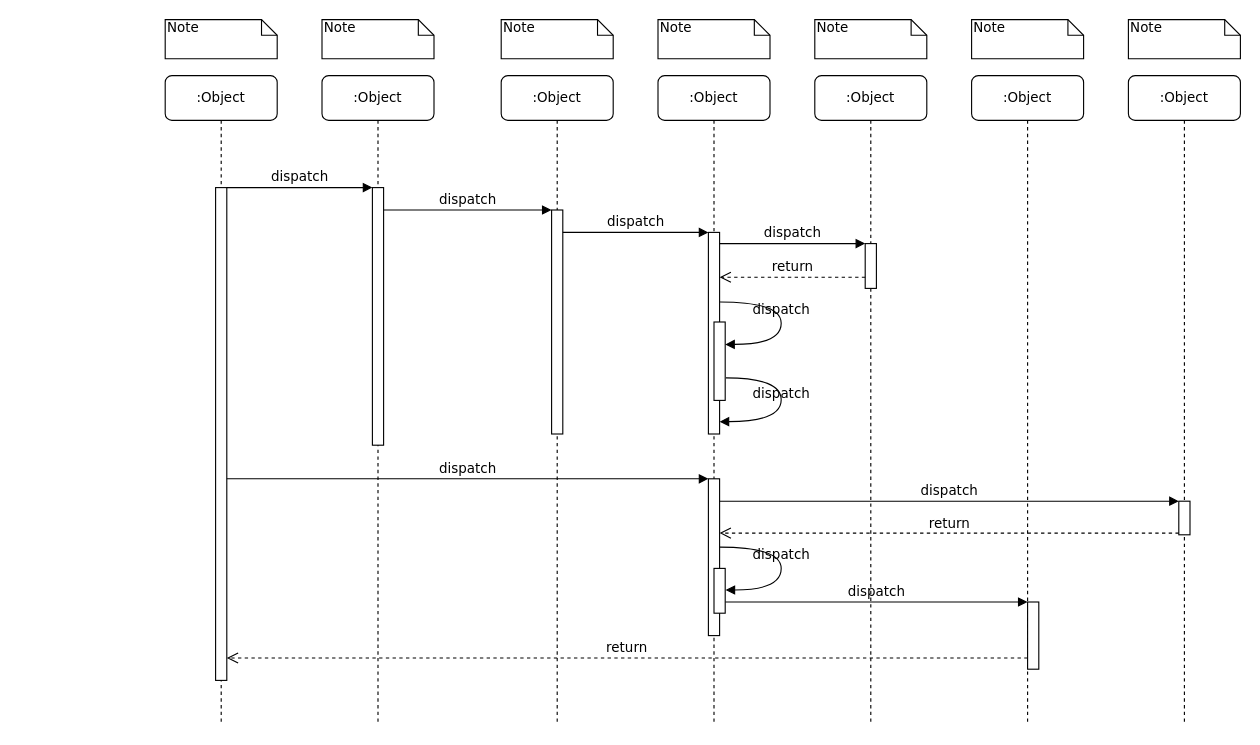
Before: Диаграмма без названия.drawio in baldalerie/-, a draw.io diagram. Source tidied: cells renumbered, new cells numbered last; positions are measured from the earlier drawing's top-left corner, leaving out a move shared by most shapes. Both pictures are drawn from the tidied source at 112%, with x=0, y=0 at pixel (165, 19).
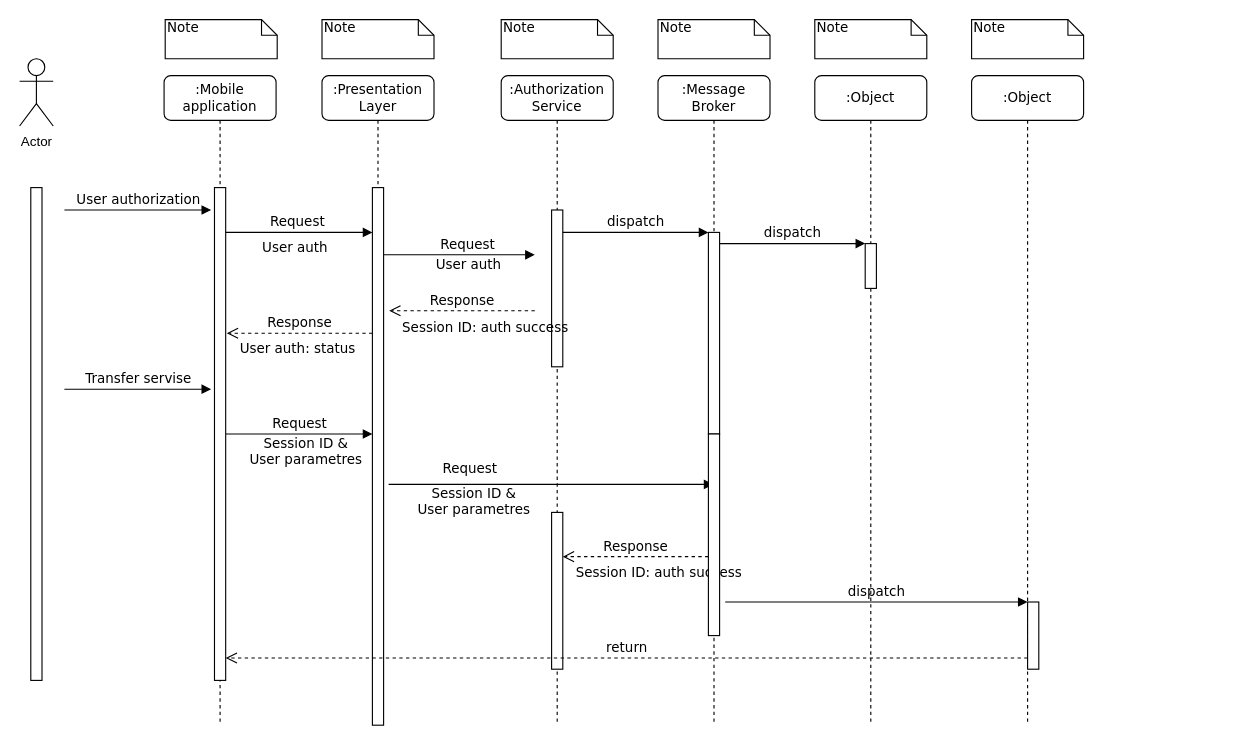
The same diagram, later.

Unchanged cells that the change refers to:
```xml
<mxCell id="11" style="html=1;points=[];perimeter=orthogonalPerimeter;rounded=0;shadow=0;comic=0;labelBackgroundColor=none;strokeWidth=1;fontFamily=Verdana;fontSize=12;align=center;" parent="10" vertex="1">
  <mxGeometry x="45" y="100" width="10" height="440" as="geometry" />
</mxCell>
<mxCell id="12" style="html=1;points=[];perimeter=orthogonalPerimeter;rounded=0;shadow=0;comic=0;labelBackgroundColor=none;strokeWidth=1;fontFamily=Verdana;fontSize=12;align=center;" parent="1" vertex="1">
  <mxGeometry x="485" y="190" width="10" height="180" as="geometry" />
</mxCell>
<mxCell id="14" style="html=1;points=[];perimeter=orthogonalPerimeter;rounded=0;shadow=0;comic=0;labelBackgroundColor=none;strokeWidth=1;fontFamily=Verdana;fontSize=12;align=center;" parent="1" vertex="1">
  <mxGeometry x="625" y="200" width="10" height="40" as="geometry" />
</mxCell>
<mxCell id="22" style="html=1;points=[];perimeter=orthogonalPerimeter;rounded=0;shadow=0;comic=0;labelBackgroundColor=none;strokeWidth=1;fontFamily=Verdana;fontSize=12;align=center;" parent="1" vertex="1">
  <mxGeometry x="770" y="520" width="10" height="60" as="geometry" />
</mxCell>
```

Change to the diagram source:
```diff
@@
-    <mxCell id="2" value=":Object" style="shape=umlLifeline;perimeter=lifelinePerimeter;whiteSpace=wrap;html=1;rounded=1;shadow=0;comic=0;labelBackgroundColor=none;strokeWidth=1;fontFamily=Verdana;fontSize=12;align=center;" parent="1" vertex="1">
+    <mxCell id="2" value=":Presentation Layer" style="shape=umlLifeline;perimeter=lifelinePerimeter;whiteSpace=wrap;html=1;rounded=1;shadow=0;comic=0;labelBackgroundColor=none;strokeWidth=1;fontFamily=Verdana;fontSize=12;align=center;" parent="1" vertex="1">
       <mxGeometry x="140" y="50" width="100" height="580" as="geometry" />
     </mxCell>
     <mxCell id="3" style="html=1;points=[];perimeter=orthogonalPerimeter;rounded=0;shadow=0;comic=0;labelBackgroundColor=none;strokeWidth=1;fontFamily=Verdana;fontSize=12;align=center;" parent="2" vertex="1">
-      <mxGeometry x="45" y="100" width="10" height="230" as="geometry" />
+      <mxGeometry x="45" y="100" width="10" height="480" as="geometry" />
     </mxCell>
+    <mxCell id="39" value="Request" style="html=1;verticalAlign=bottom;endArrow=block;labelBackgroundColor=none;fontFamily=Verdana;fontSize=12;edgeStyle=elbowEdgeStyle;elbow=vertical;" parent="2" edge="1">
+      <mxGeometry x="0.01" relative="1" as="geometry">
+        <mxPoint x="-90" y="140" as="sourcePoint" />
+        <mxPoint x="45" y="140" as="targetPoint" />
+      </mxGeometry>
+    </mxCell>
+    <mxCell id="40" value="Response" style="html=1;verticalAlign=bottom;endArrow=open;dashed=1;endSize=8;labelBackgroundColor=none;fontFamily=Verdana;fontSize=12;edgeStyle=elbowEdgeStyle;elbow=horizontal;" parent="2" edge="1">
+      <mxGeometry relative="1" as="geometry">
+        <mxPoint x="45" y="230" as="sourcePoint" />
+        <mxPoint x="-85" y="230" as="targetPoint" />
+        <Array as="points">
+          <mxPoint x="-10" y="230" />
+          <mxPoint x="20" y="230" />
+        </Array>
+      </mxGeometry>
+    </mxCell>
+    <mxCell id="41" value="&lt;div style=&quot;text-align: center;&quot;&gt;&lt;font face=&quot;Verdana&quot;&gt;User auth:&amp;nbsp;status&lt;/font&gt;&lt;/div&gt;" style="text;whiteSpace=wrap;html=1;" parent="2" vertex="1">
+      <mxGeometry x="-75" y="230" width="110" height="30" as="geometry" />
+    </mxCell>
+    <mxCell id="42" value="Request" style="html=1;verticalAlign=bottom;endArrow=block;entryX=0;entryY=0;labelBackgroundColor=none;fontFamily=Verdana;fontSize=12;edgeStyle=elbowEdgeStyle;elbow=vertical;" parent="2" edge="1">
+      <mxGeometry x="0.01" relative="1" as="geometry">
+        <mxPoint x="-86" y="320" as="sourcePoint" />
+        <mxPoint x="45" y="320" as="targetPoint" />
+      </mxGeometry>
+    </mxCell>
-    <mxCell id="4" value=":Object" style="shape=umlLifeline;perimeter=lifelinePerimeter;whiteSpace=wrap;html=1;rounded=1;shadow=0;comic=0;labelBackgroundColor=none;strokeWidth=1;fontFamily=Verdana;fontSize=12;align=center;" parent="1" vertex="1">
+    <mxCell id="4" value=":Authorization Service" style="shape=umlLifeline;perimeter=lifelinePerimeter;whiteSpace=wrap;html=1;rounded=1;shadow=0;comic=0;labelBackgroundColor=none;strokeWidth=1;fontFamily=Verdana;fontSize=12;align=center;" parent="1" vertex="1">
       <mxGeometry x="300" y="50" width="100" height="580" as="geometry" />
     </mxCell>
     <mxCell id="5" style="html=1;points=[];perimeter=orthogonalPerimeter;rounded=0;shadow=0;comic=0;labelBackgroundColor=none;strokeWidth=1;fontFamily=Verdana;fontSize=12;align=center;" parent="4" vertex="1">
-      <mxGeometry x="45" y="120" width="10" height="200" as="geometry" />
+      <mxGeometry x="45" y="120" width="10" height="140" as="geometry" />
     </mxCell>
+    <mxCell id="16" value="Response" style="html=1;verticalAlign=bottom;endArrow=open;dashed=1;endSize=8;labelBackgroundColor=none;fontFamily=Verdana;fontSize=12;edgeStyle=elbowEdgeStyle;elbow=horizontal;" parent="4" edge="1">
+      <mxGeometry relative="1" as="geometry">
+        <mxPoint x="30" y="210" as="sourcePoint" />
+        <mxPoint x="-100" y="210" as="targetPoint" />
+        <Array as="points">
+          <mxPoint x="-25" y="210" />
+          <mxPoint x="5" y="210" />
+        </Array>
+      </mxGeometry>
+    </mxCell>
+    <mxCell id="43" value="&lt;div style=&quot;text-align: center;&quot;&gt;&lt;font face=&quot;Verdana&quot;&gt;&lt;span style=&quot;text-wrap: nowrap;&quot;&gt;Session ID: auth&amp;nbsp;&lt;/span&gt;success&lt;/font&gt;&lt;/div&gt;" style="text;whiteSpace=wrap;html=1;" parent="4" vertex="1">
+      <mxGeometry x="-90" y="210.5" width="110" height="40" as="geometry" />
+    </mxCell>
+    <mxCell id="44" value="Request" style="html=1;verticalAlign=bottom;endArrow=block;labelBackgroundColor=none;fontFamily=Verdana;fontSize=12;edgeStyle=elbowEdgeStyle;elbow=vertical;" parent="4" edge="1" target="6">
+      <mxGeometry x="-0.51" y="5" relative="1" as="geometry">
+        <mxPoint x="-100.5" y="365" as="sourcePoint" />
+        <mxPoint x="1" as="offset" />
+      </mxGeometry>
+    </mxCell>
+    <mxCell id="45" style="html=1;perimeter=orthogonalPerimeter;rounded=0;shadow=0;comic=0;labelBackgroundColor=none;strokeWidth=1;fontFamily=Verdana;fontSize=12;align=center;" parent="4" vertex="1">
+      <mxGeometry x="45" y="390" width="10" height="140" as="geometry" />
+    </mxCell>
-    <mxCell id="6" value=":Object" style="shape=umlLifeline;perimeter=lifelinePerimeter;whiteSpace=wrap;html=1;outlineConnect=0;rounded=1;shadow=0;comic=0;labelBackgroundColor=none;strokeWidth=1;fontFamily=Verdana;fontSize=12;align=center;" parent="1" vertex="1">
+    <mxCell id="6" value=":Message Broker" style="shape=umlLifeline;perimeter=lifelinePerimeter;whiteSpace=wrap;html=1;outlineConnect=0;rounded=1;shadow=0;comic=0;labelBackgroundColor=none;strokeWidth=1;fontFamily=Verdana;fontSize=12;align=center;" parent="1" vertex="1">
       <mxGeometry x="440" y="50" width="100" height="580" as="geometry" />
     </mxCell>
+    <mxCell id="46" value="Response" style="html=1;verticalAlign=bottom;endArrow=open;dashed=1;endSize=8;labelBackgroundColor=none;fontFamily=Verdana;fontSize=12;edgeStyle=elbowEdgeStyle;elbow=horizontal;" parent="6" edge="1">
+      <mxGeometry relative="1" as="geometry">
+        <mxPoint x="45" y="429.5" as="sourcePoint" />
+        <mxPoint x="-85" y="429.5" as="targetPoint" />
+        <Array as="points">
+          <mxPoint x="-10" y="429.5" />
+          <mxPoint x="20" y="429.5" />
+        </Array>
+      </mxGeometry>
+    </mxCell>
+    <mxCell id="47" value="&lt;div style=&quot;text-align: center;&quot;&gt;&lt;font face=&quot;Verdana&quot;&gt;&lt;span style=&quot;text-wrap: nowrap;&quot;&gt;Session ID: auth&amp;nbsp;&lt;/span&gt;success&lt;/font&gt;&lt;/div&gt;" style="text;whiteSpace=wrap;html=1;" parent="6" vertex="1">
+      <mxGeometry x="-75" y="430" width="110" height="40" as="geometry" />
+    </mxCell>
@@
-    <mxCell id="9" value=":Object" style="shape=umlLifeline;perimeter=lifelinePerimeter;whiteSpace=wrap;html=1;rounded=1;shadow=0;comic=0;labelBackgroundColor=none;strokeWidth=1;fontFamily=Verdana;fontSize=12;align=center;" parent="1" vertex="1">
-      <mxGeometry x="860" y="50" width="100" height="580" as="geometry" />
-    </mxCell>
-    <mxCell id="10" value=":Object" style="shape=umlLifeline;perimeter=lifelinePerimeter;whiteSpace=wrap;html=1;rounded=1;shadow=0;comic=0;labelBackgroundColor=none;strokeWidth=1;fontFamily=Verdana;fontSize=12;align=center;" parent="1" vertex="1">
-      <mxGeometry y="50" width="100" height="580" as="geometry" />
+    <mxCell id="10" value=":Mobile application" style="shape=umlLifeline;perimeter=lifelinePerimeter;whiteSpace=wrap;html=1;rounded=1;shadow=0;comic=0;labelBackgroundColor=none;strokeWidth=1;fontFamily=Verdana;fontSize=12;align=center;" parent="1" vertex="1">
+      <mxGeometry x="-1" y="50" width="100" height="580" as="geometry" />
     </mxCell>
@@
-    <mxCell id="16" value="return" style="html=1;verticalAlign=bottom;endArrow=open;dashed=1;endSize=8;labelBackgroundColor=none;fontFamily=Verdana;fontSize=12;edgeStyle=elbowEdgeStyle;elbow=vertical;" parent="1" edge="1" source="14" target="12">
-      <mxGeometry relative="1" as="geometry">
-        <Array as="points">
-          <mxPoint x="570" y="230" />
-          <mxPoint x="600" y="230" />
-        </Array>
-      </mxGeometry>
-    </mxCell>
     <mxCell id="17" style="html=1;points=[];perimeter=orthogonalPerimeter;rounded=0;shadow=0;comic=0;labelBackgroundColor=none;strokeWidth=1;fontFamily=Verdana;fontSize=12;align=center;" parent="1" vertex="1">
-      <mxGeometry x="485" y="410" width="10" height="140" as="geometry" />
+      <mxGeometry x="485" y="370" width="10" height="180" as="geometry" />
     </mxCell>
-    <mxCell id="18" value="dispatch" style="html=1;verticalAlign=bottom;endArrow=block;entryX=0;entryY=0;labelBackgroundColor=none;fontFamily=Verdana;fontSize=12;" parent="1" edge="1" source="11" target="17">
-      <mxGeometry relative="1" as="geometry" />
-    </mxCell>
-    <mxCell id="19" style="html=1;points=[];perimeter=orthogonalPerimeter;rounded=0;shadow=0;comic=0;labelBackgroundColor=none;strokeColor=#000000;strokeWidth=1;fillColor=#FFFFFF;fontFamily=Verdana;fontSize=12;fontColor=#000000;align=center;" parent="1" vertex="1">
-      <mxGeometry x="905" y="430" width="10" height="30" as="geometry" />
-    </mxCell>
-    <mxCell id="20" value="dispatch" style="html=1;verticalAlign=bottom;endArrow=block;entryX=0;entryY=0;labelBackgroundColor=none;fontFamily=Verdana;fontSize=12;" parent="1" edge="1" source="17" target="19">
-      <mxGeometry relative="1" as="geometry" />
-    </mxCell>
-    <mxCell id="21" value="return" style="html=1;verticalAlign=bottom;endArrow=open;dashed=1;endSize=8;exitX=0;exitY=0.95;labelBackgroundColor=none;fontFamily=Verdana;fontSize=12;" parent="1" edge="1" source="19" target="17">
-      <mxGeometry relative="1" as="geometry" />
-    </mxCell>
@@
-    <mxCell id="23" value="dispatch" style="html=1;verticalAlign=bottom;endArrow=block;entryX=0;entryY=0;labelBackgroundColor=none;fontFamily=Verdana;fontSize=12;edgeStyle=elbowEdgeStyle;elbow=vertical;" parent="1" edge="1" source="30" target="22">
-      <mxGeometry relative="1" as="geometry" />
+    <mxCell id="23" value="dispatch" style="html=1;verticalAlign=bottom;endArrow=block;entryX=0;entryY=0;labelBackgroundColor=none;fontFamily=Verdana;fontSize=12;edgeStyle=elbowEdgeStyle;elbow=vertical;" parent="1" edge="1" target="22">
+      <mxGeometry relative="1" as="geometry">
+        <mxPoint x="500" y="520" as="sourcePoint" />
+      </mxGeometry>
     </mxCell>
@@
-    <mxCell id="25" value="dispatch" style="html=1;verticalAlign=bottom;endArrow=block;entryX=0;entryY=0;labelBackgroundColor=none;fontFamily=Verdana;fontSize=12;edgeStyle=elbowEdgeStyle;elbow=vertical;" parent="1" edge="1" source="11" target="3">
-      <mxGeometry relative="1" as="geometry" />
-    </mxCell>
-    <mxCell id="26" value="dispatch" style="html=1;verticalAlign=bottom;endArrow=block;entryX=0;entryY=0;labelBackgroundColor=none;fontFamily=Verdana;fontSize=12;edgeStyle=elbowEdgeStyle;elbow=vertical;" parent="1" edge="1" source="3" target="5">
-      <mxGeometry relative="1" as="geometry" />
+    <mxCell id="26" value="Request" style="html=1;verticalAlign=bottom;endArrow=block;labelBackgroundColor=none;fontFamily=Verdana;fontSize=12;edgeStyle=elbowEdgeStyle;elbow=vertical;" parent="1" edge="1">
+      <mxGeometry x="0.11" relative="1" as="geometry">
+        <mxPoint x="195" y="210" as="sourcePoint" />
+        <mxPoint x="330" y="210" as="targetPoint" />
+      </mxGeometry>
     </mxCell>
-    <mxCell id="27" style="html=1;points=[];perimeter=orthogonalPerimeter;rounded=0;shadow=0;comic=0;labelBackgroundColor=none;strokeWidth=1;fontFamily=Verdana;fontSize=12;align=center;" parent="1" vertex="1">
-      <mxGeometry x="490" y="270" width="10" height="70" as="geometry" />
-    </mxCell>
-    <mxCell id="28" value="dispatch" style="html=1;verticalAlign=bottom;endArrow=block;labelBackgroundColor=none;fontFamily=Verdana;fontSize=12;elbow=vertical;edgeStyle=orthogonalEdgeStyle;curved=1;entryX=1;entryY=0.286;entryPerimeter=0;exitX=1.038;exitY=0.345;exitPerimeter=0;" parent="1" edge="1" source="12" target="27">
-      <mxGeometry relative="1" as="geometry">
-        <Array as="points">
-          <mxPoint x="550" y="252" />
-          <mxPoint x="550" y="290" />
-        </Array>
-      </mxGeometry>
-    </mxCell>
-    <mxCell id="29" value="dispatch" style="html=1;verticalAlign=bottom;endArrow=block;labelBackgroundColor=none;fontFamily=Verdana;fontSize=12;elbow=vertical;edgeStyle=orthogonalEdgeStyle;curved=1;exitX=1.066;exitY=0.713;exitPerimeter=0;" parent="1" edge="1" source="27">
-      <mxGeometry relative="1" as="geometry">
-        <mxPoint x="495" y="359" as="targetPoint" />
-        <Array as="points">
-          <mxPoint x="550" y="320" />
-          <mxPoint x="550" y="359" />
-        </Array>
-      </mxGeometry>
-    </mxCell>
-    <mxCell id="30" style="html=1;points=[];perimeter=orthogonalPerimeter;rounded=0;shadow=0;comic=0;labelBackgroundColor=none;strokeWidth=1;fontFamily=Verdana;fontSize=12;align=center;" parent="1" vertex="1">
-      <mxGeometry x="490" y="490" width="10" height="40" as="geometry" />
-    </mxCell>
-    <mxCell id="31" value="dispatch" style="html=1;verticalAlign=bottom;endArrow=block;labelBackgroundColor=none;fontFamily=Verdana;fontSize=12;elbow=vertical;edgeStyle=orthogonalEdgeStyle;curved=1;entryX=1;entryY=0.286;entryPerimeter=0;exitX=1.038;exitY=0.345;exitPerimeter=0;" parent="1" edge="1">
-      <mxGeometry relative="1" as="geometry">
-        <mxPoint x="495.3" y="471" as="sourcePoint" />
-        <mxPoint x="500.3" y="509.3" as="targetPoint" />
-        <Array as="points">
-          <mxPoint x="550" y="471" />
-          <mxPoint x="550" y="509" />
-        </Array>
-      </mxGeometry>
-    </mxCell>
-    <mxCell id="32" value="Note" style="shape=note;whiteSpace=wrap;html=1;size=14;verticalAlign=top;align=left;spacingTop=-6;rounded=0;shadow=0;comic=0;labelBackgroundColor=none;strokeWidth=1;fontFamily=Verdana;fontSize=12;" parent="1" vertex="1">
+    <mxCell id="32" value="Nоte" style="shape=note;whiteSpace=wrap;html=1;size=14;verticalAlign=top;align=left;spacingTop=-6;rounded=0;shadow=0;comic=0;labelBackgroundColor=none;strokeWidth=1;fontFamily=Verdana;fontSize=12;" parent="1" vertex="1">
       <mxGeometry width="100" height="35" as="geometry" />
     </mxCell>
@@
-    <mxCell id="38" value="Note" style="shape=note;whiteSpace=wrap;html=1;size=14;verticalAlign=top;align=left;spacingTop=-6;rounded=0;shadow=0;comic=0;labelBackgroundColor=none;strokeWidth=1;fontFamily=Verdana;fontSize=12;" parent="1" vertex="1">
-      <mxGeometry x="860" width="100" height="35" as="geometry" />
-    </mxCell>
+    <mxCell id="48" value="Actor" style="shape=umlActor;verticalLabelPosition=bottom;verticalAlign=top;html=1;" parent="1" vertex="1">
+      <mxGeometry x="-130" y="35" width="30" height="60" as="geometry" />
+    </mxCell>
+    <mxCell id="49" style="html=1;perimeter=orthogonalPerimeter;rounded=0;shadow=0;comic=0;labelBackgroundColor=none;strokeWidth=1;fontFamily=Verdana;fontSize=12;align=center;" parent="1" vertex="1">
+      <mxGeometry x="-120" y="150" width="10" height="440" as="geometry" />
+    </mxCell>
+    <mxCell id="50" value="User authorization" style="html=1;verticalAlign=bottom;endArrow=block;entryX=0;entryY=0;labelBackgroundColor=none;fontFamily=Verdana;fontSize=12;edgeStyle=elbowEdgeStyle;elbow=vertical;" parent="1" edge="1">
+      <mxGeometry x="0.01" relative="1" as="geometry">
+        <mxPoint x="-90" y="170" as="sourcePoint" />
+        <mxPoint x="41" y="170" as="targetPoint" />
+      </mxGeometry>
+    </mxCell>
+    <mxCell id="51" value="&lt;div style=&quot;text-align: center;&quot;&gt;&lt;font face=&quot;Verdana&quot;&gt;User auth&lt;/font&gt;&lt;/div&gt;" style="text;whiteSpace=wrap;html=1;" parent="1" vertex="1">
+      <mxGeometry x="85" y="190" width="75" height="30" as="geometry" />
+    </mxCell>
+    <mxCell id="52" value="&lt;div style=&quot;text-align: center;&quot;&gt;&lt;font face=&quot;Verdana&quot;&gt;User auth&lt;/font&gt;&lt;/div&gt;" style="text;whiteSpace=wrap;html=1;" parent="1" vertex="1">
+      <mxGeometry x="240" y="205" width="75" height="30" as="geometry" />
+    </mxCell>
+    <mxCell id="53" value="Transfer servise" style="html=1;verticalAlign=bottom;endArrow=block;entryX=0;entryY=0;labelBackgroundColor=none;fontFamily=Verdana;fontSize=12;edgeStyle=elbowEdgeStyle;elbow=vertical;" parent="1" edge="1">
+      <mxGeometry x="0.01" relative="1" as="geometry">
+        <mxPoint x="-90" y="330" as="sourcePoint" />
+        <mxPoint x="41" y="330" as="targetPoint" />
+      </mxGeometry>
+    </mxCell>
+    <mxCell id="54" value="&lt;div style=&quot;text-align: center;&quot;&gt;&lt;font face=&quot;Verdana&quot;&gt;Session ID &amp;amp; User&amp;nbsp;parametres&lt;/font&gt;&lt;/div&gt;" style="text;whiteSpace=wrap;html=1;" parent="1" vertex="1">
+      <mxGeometry x="70" y="365" width="110" height="30" as="geometry" />
+    </mxCell>
+    <mxCell id="55" value="&lt;div style=&quot;text-align: center;&quot;&gt;&lt;font face=&quot;Verdana&quot;&gt;Session ID &amp;amp; User&amp;nbsp;parametres&lt;/font&gt;&lt;/div&gt;" style="text;whiteSpace=wrap;html=1;" parent="1" vertex="1">
+      <mxGeometry x="220" y="410" width="110" height="30" as="geometry" />
+    </mxCell>
```
